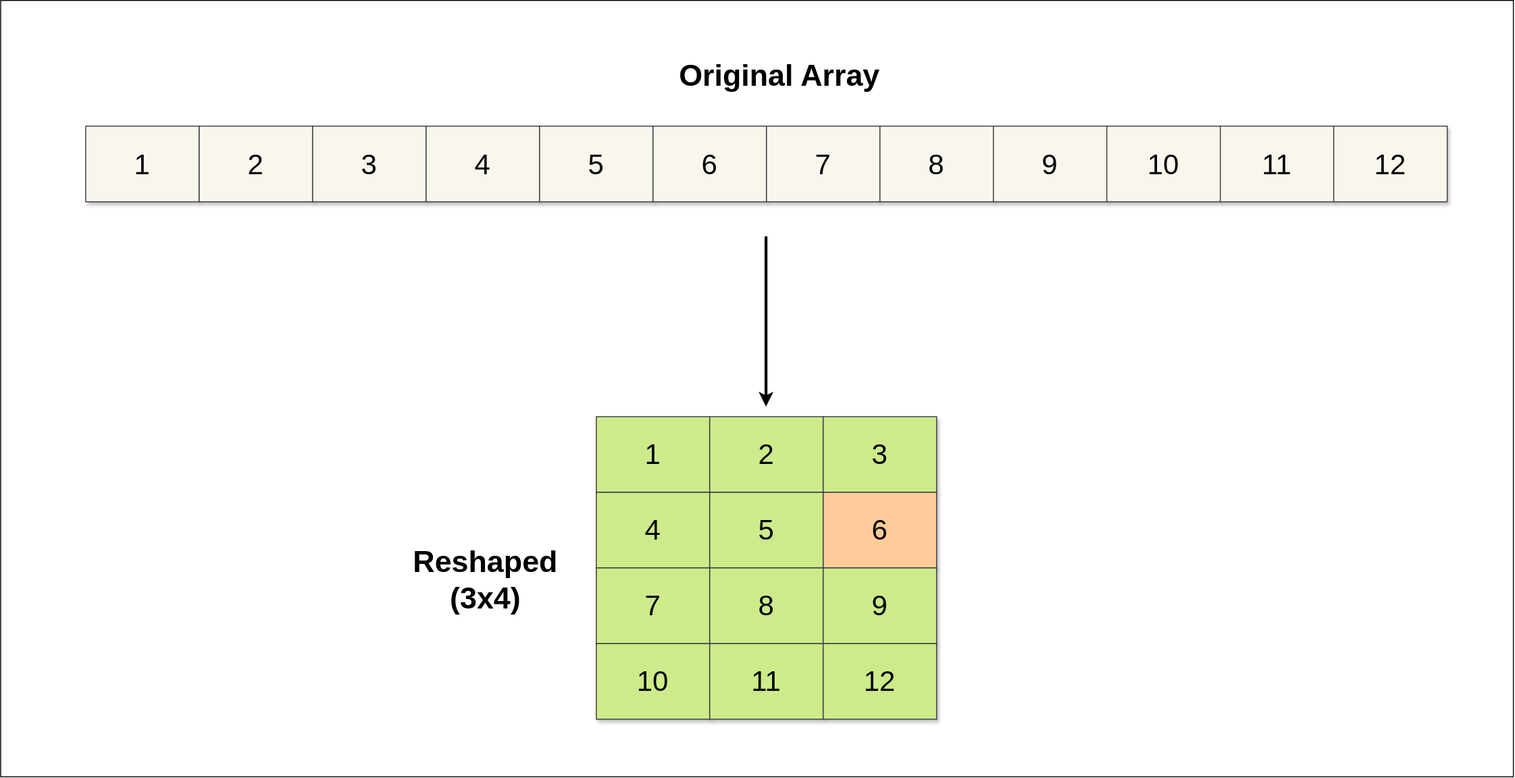
Above: tensorcode/Numpy/Problem_1/images/infra-1.svg in poridhiEng/lab-asset (draw.io), before the change. Source tidied: cells renumbered, new cells last; positions are measured from the earlier drawing's top-left corner, leaving out a move shared by most shapes. Source of this version:
```xml
<mxGraphModel>
  <root>
    <mxCell id="0" />
    <mxCell id="1" parent="0" />
    <mxCell id="2" style="rounded=0;whiteSpace=wrap;html=1;" parent="1" vertex="1">
      <mxGeometry width="1600" height="821.2" as="geometry" />
    </mxCell>
    <mxCell id="3" value="1" style="rounded=0;whiteSpace=wrap;html=1;shadow=1;fontSize=30;fillColor=#f9f7ed;strokeColor=#36393d;" parent="1" vertex="1">
      <mxGeometry x="90" y="132.9" width="120" height="80" as="geometry" />
    </mxCell>
    <mxCell id="4" value="2" style="rounded=0;whiteSpace=wrap;html=1;shadow=1;fontSize=30;fillColor=#f9f7ed;strokeColor=#36393d;" parent="1" vertex="1">
      <mxGeometry x="210" y="132.9" width="120" height="80" as="geometry" />
    </mxCell>
    <mxCell id="5" value="3" style="rounded=0;whiteSpace=wrap;html=1;shadow=1;fontSize=30;fillColor=#f9f7ed;strokeColor=#36393d;" parent="1" vertex="1">
      <mxGeometry x="330" y="132.9" width="120" height="80" as="geometry" />
    </mxCell>
    <mxCell id="6" value="4" style="rounded=0;whiteSpace=wrap;html=1;shadow=1;fontSize=30;fillColor=#f9f7ed;strokeColor=#36393d;" parent="1" vertex="1">
      <mxGeometry x="450" y="132.9" width="120" height="80" as="geometry" />
    </mxCell>
    <mxCell id="7" value="5" style="rounded=0;whiteSpace=wrap;html=1;shadow=1;fontSize=30;fillColor=#f9f7ed;strokeColor=#36393d;" parent="1" vertex="1">
      <mxGeometry x="570" y="132.9" width="120" height="80" as="geometry" />
    </mxCell>
    <mxCell id="8" value="6" style="rounded=0;whiteSpace=wrap;html=1;shadow=1;fontSize=30;fillColor=#f9f7ed;strokeColor=#36393d;" parent="1" vertex="1">
      <mxGeometry x="690" y="132.9" width="120" height="80" as="geometry" />
    </mxCell>
    <mxCell id="9" value="7" style="rounded=0;whiteSpace=wrap;html=1;shadow=1;fontSize=30;fillColor=#f9f7ed;strokeColor=#36393d;" parent="1" vertex="1">
      <mxGeometry x="810" y="132.9" width="120" height="80" as="geometry" />
    </mxCell>
    <mxCell id="10" value="8" style="rounded=0;whiteSpace=wrap;html=1;shadow=1;fontSize=30;fillColor=#f9f7ed;strokeColor=#36393d;" parent="1" vertex="1">
      <mxGeometry x="930" y="132.9" width="120" height="80" as="geometry" />
    </mxCell>
    <mxCell id="11" value="9" style="rounded=0;whiteSpace=wrap;html=1;shadow=1;fontSize=30;fillColor=#f9f7ed;strokeColor=#36393d;" parent="1" vertex="1">
      <mxGeometry x="1050" y="132.9" width="120" height="80" as="geometry" />
    </mxCell>
    <mxCell id="12" value="10" style="rounded=0;whiteSpace=wrap;html=1;shadow=1;fontSize=30;fillColor=#f9f7ed;strokeColor=#36393d;" parent="1" vertex="1">
      <mxGeometry x="1170" y="132.9" width="120" height="80" as="geometry" />
    </mxCell>
    <mxCell id="13" value="11" style="rounded=0;whiteSpace=wrap;html=1;shadow=1;fontSize=30;fillColor=#f9f7ed;strokeColor=#36393d;" parent="1" vertex="1">
      <mxGeometry x="1290" y="132.9" width="120" height="80" as="geometry" />
    </mxCell>
    <mxCell id="14" value="12" style="rounded=0;whiteSpace=wrap;html=1;shadow=1;fontSize=30;fillColor=#f9f7ed;strokeColor=#36393d;" parent="1" vertex="1">
      <mxGeometry x="1410" y="132.9" width="120" height="80" as="geometry" />
    </mxCell>
    <mxCell id="15" value="1" style="rounded=0;whiteSpace=wrap;html=1;shadow=1;fontSize=30;fillColor=#cdeb8b;strokeColor=#36393d;" parent="1" vertex="1">
      <mxGeometry x="630" y="440.3" width="120" height="80" as="geometry" />
    </mxCell>
    <mxCell id="16" value="2" style="rounded=0;whiteSpace=wrap;html=1;shadow=1;fontSize=30;fillColor=#cdeb8b;strokeColor=#36393d;" parent="1" vertex="1">
      <mxGeometry x="750" y="440.3" width="120" height="80" as="geometry" />
    </mxCell>
    <mxCell id="17" value="3" style="rounded=0;whiteSpace=wrap;html=1;shadow=1;fontSize=30;fillColor=#cdeb8b;strokeColor=#36393d;" parent="1" vertex="1">
      <mxGeometry x="870" y="440.3" width="120" height="80" as="geometry" />
    </mxCell>
    <mxCell id="18" value="4" style="rounded=0;whiteSpace=wrap;html=1;shadow=1;fontSize=30;fillColor=#cdeb8b;strokeColor=#36393d;" parent="1" vertex="1">
      <mxGeometry x="630" y="520.3" width="120" height="80" as="geometry" />
    </mxCell>
    <mxCell id="19" value="5" style="rounded=0;whiteSpace=wrap;html=1;shadow=1;fontSize=30;fillColor=#cdeb8b;strokeColor=#36393d;" parent="1" vertex="1">
      <mxGeometry x="750" y="520.3" width="120" height="80" as="geometry" />
    </mxCell>
    <mxCell id="20" value="6" style="rounded=0;whiteSpace=wrap;html=1;shadow=1;fontSize=30;fillColor=#ffcc99;strokeColor=#36393d;" parent="1" vertex="1">
      <mxGeometry x="870" y="520.3" width="120" height="80" as="geometry" />
    </mxCell>
    <mxCell id="21" value="7" style="rounded=0;whiteSpace=wrap;html=1;shadow=1;fontSize=30;fillColor=#cdeb8b;strokeColor=#36393d;" parent="1" vertex="1">
      <mxGeometry x="630" y="600.3" width="120" height="80" as="geometry" />
    </mxCell>
    <mxCell id="22" value="8" style="rounded=0;whiteSpace=wrap;html=1;shadow=1;fontSize=30;fillColor=#cdeb8b;strokeColor=#36393d;" parent="1" vertex="1">
      <mxGeometry x="750" y="600.3" width="120" height="80" as="geometry" />
    </mxCell>
    <mxCell id="23" value="9" style="rounded=0;whiteSpace=wrap;html=1;shadow=1;fontSize=30;fillColor=#cdeb8b;strokeColor=#36393d;" parent="1" vertex="1">
      <mxGeometry x="870" y="600.3" width="120" height="80" as="geometry" />
    </mxCell>
    <mxCell id="24" value="10" style="rounded=0;whiteSpace=wrap;html=1;shadow=1;fontSize=30;fillColor=#cdeb8b;strokeColor=#36393d;" parent="1" vertex="1">
      <mxGeometry x="630" y="680.3" width="120" height="80" as="geometry" />
    </mxCell>
    <mxCell id="25" value="11" style="rounded=0;whiteSpace=wrap;html=1;shadow=1;fontSize=30;fillColor=#cdeb8b;strokeColor=#36393d;" parent="1" vertex="1">
      <mxGeometry x="750" y="680.3" width="120" height="80" as="geometry" />
    </mxCell>
    <mxCell id="26" value="12" style="rounded=0;whiteSpace=wrap;html=1;shadow=1;fontSize=30;fillColor=#cdeb8b;strokeColor=#36393d;" parent="1" vertex="1">
      <mxGeometry x="870" y="680.3" width="120" height="80" as="geometry" />
    </mxCell>
    <mxCell id="27" style="endArrow=classic;html=1;rounded=0;strokeWidth=3;" parent="1" edge="1">
      <mxGeometry relative="1" as="geometry">
        <mxPoint x="810" y="250" as="sourcePoint" />
        <mxPoint x="810" y="430" as="targetPoint" />
      </mxGeometry>
    </mxCell>
    <mxCell id="28" value="&lt;font&gt;&lt;b&gt;Reshaped&lt;/b&gt;&lt;/font&gt;&lt;div&gt;&lt;font&gt;&lt;b&gt;(3x4)&lt;/b&gt;&lt;/font&gt;&lt;/div&gt;" style="text;html=1;whiteSpace=wrap;strokeColor=none;fillColor=none;align=center;verticalAlign=middle;rounded=0;fontSize=32;" parent="1" vertex="1">
      <mxGeometry x="422.5" y="574.6" width="180" height="77.8" as="geometry" />
    </mxCell>
    <mxCell id="29" value="&lt;b&gt;Original Array&lt;/b&gt;" style="text;html=1;whiteSpace=wrap;strokeColor=none;fillColor=none;align=center;verticalAlign=middle;rounded=0;fontSize=32;" parent="1" vertex="1">
      <mxGeometry x="680" y="40.9" width="288.2" height="77.8" as="geometry" />
    </mxCell>
  </root>
</mxGraphModel>
```
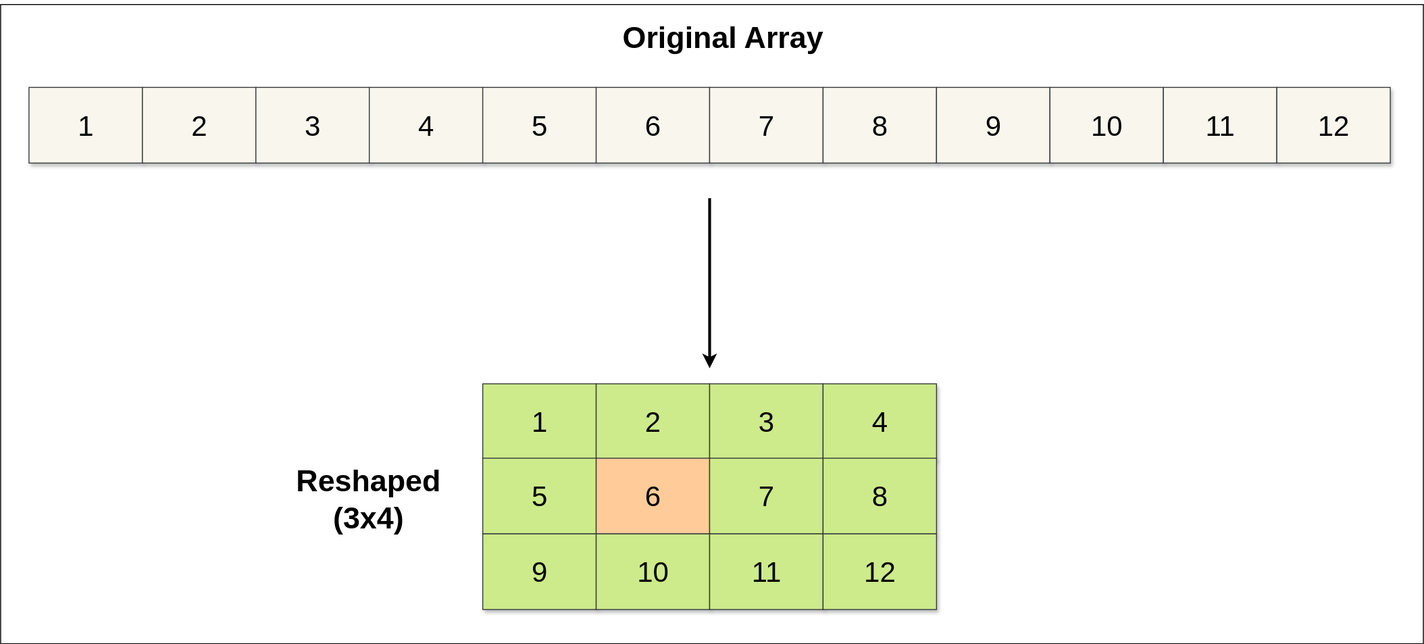
After the commit.

Commit message:
numpy problem1 diagram updated

What changed in the source:
```diff
@@ -3,7 +3,7 @@
     <mxCell id="0" />
     <mxCell id="1" parent="0" />
     <mxCell id="2" style="rounded=0;whiteSpace=wrap;html=1;" parent="1" vertex="1">
-      <mxGeometry width="1600" height="821.2" as="geometry" />
+      <mxGeometry x="60" y="45.3" width="1505" height="676" as="geometry" />
     </mxCell>
     <mxCell id="3" value="1" style="rounded=0;whiteSpace=wrap;html=1;shadow=1;fontSize=30;fillColor=#f9f7ed;strokeColor=#36393d;" parent="1" vertex="1">
       <mxGeometry x="90" y="132.9" width="120" height="80" as="geometry" />
@@ -42,52 +42,52 @@
       <mxGeometry x="1410" y="132.9" width="120" height="80" as="geometry" />
     </mxCell>
     <mxCell id="15" value="1" style="rounded=0;whiteSpace=wrap;html=1;shadow=1;fontSize=30;fillColor=#cdeb8b;strokeColor=#36393d;" parent="1" vertex="1">
-      <mxGeometry x="630" y="440.3" width="120" height="80" as="geometry" />
+      <mxGeometry x="570" y="446.4" width="120" height="80" as="geometry" />
     </mxCell>
     <mxCell id="16" value="2" style="rounded=0;whiteSpace=wrap;html=1;shadow=1;fontSize=30;fillColor=#cdeb8b;strokeColor=#36393d;" parent="1" vertex="1">
-      <mxGeometry x="750" y="440.3" width="120" height="80" as="geometry" />
+      <mxGeometry x="690" y="446.4" width="120" height="80" as="geometry" />
     </mxCell>
     <mxCell id="17" value="3" style="rounded=0;whiteSpace=wrap;html=1;shadow=1;fontSize=30;fillColor=#cdeb8b;strokeColor=#36393d;" parent="1" vertex="1">
-      <mxGeometry x="870" y="440.3" width="120" height="80" as="geometry" />
+      <mxGeometry x="810" y="446.4" width="120" height="80" as="geometry" />
     </mxCell>
     <mxCell id="18" value="4" style="rounded=0;whiteSpace=wrap;html=1;shadow=1;fontSize=30;fillColor=#cdeb8b;strokeColor=#36393d;" parent="1" vertex="1">
-      <mxGeometry x="630" y="520.3" width="120" height="80" as="geometry" />
+      <mxGeometry x="930" y="446.4" width="120" height="80" as="geometry" />
     </mxCell>
-    <mxCell id="19" value="5" style="rounded=0;whiteSpace=wrap;html=1;shadow=1;fontSize=30;fillColor=#cdeb8b;strokeColor=#36393d;" parent="1" vertex="1">
-      <mxGeometry x="750" y="520.3" width="120" height="80" as="geometry" />
+    <mxCell id="19" style="endArrow=classic;html=1;rounded=0;strokeWidth=3;" parent="1" edge="1">
+      <mxGeometry relative="1" as="geometry">
+        <mxPoint x="810" y="250" as="sourcePoint" />
+        <mxPoint x="810" y="430" as="targetPoint" />
+      </mxGeometry>
     </mxCell>
-    <mxCell id="20" value="6" style="rounded=0;whiteSpace=wrap;html=1;shadow=1;fontSize=30;fillColor=#ffcc99;strokeColor=#36393d;" parent="1" vertex="1">
-      <mxGeometry x="870" y="520.3" width="120" height="80" as="geometry" />
+    <mxCell id="20" value="&lt;font&gt;&lt;b&gt;Reshaped&lt;/b&gt;&lt;/font&gt;&lt;div&gt;&lt;font&gt;&lt;b&gt;(3x4)&lt;/b&gt;&lt;/font&gt;&lt;/div&gt;" style="text;html=1;whiteSpace=wrap;strokeColor=none;fillColor=none;align=center;verticalAlign=middle;rounded=0;fontSize=32;" parent="1" vertex="1">
+      <mxGeometry x="359.4" y="529.5" width="180" height="77.8" as="geometry" />
     </mxCell>
-    <mxCell id="21" value="7" style="rounded=0;whiteSpace=wrap;html=1;shadow=1;fontSize=30;fillColor=#cdeb8b;strokeColor=#36393d;" parent="1" vertex="1">
-      <mxGeometry x="630" y="600.3" width="120" height="80" as="geometry" />
+    <mxCell id="21" value="&lt;b&gt;Original Array&lt;/b&gt;" style="text;html=1;whiteSpace=wrap;strokeColor=none;fillColor=none;align=center;verticalAlign=middle;rounded=0;fontSize=32;" parent="1" vertex="1">
+      <mxGeometry x="680" y="40.9" width="288.2" height="77.8" as="geometry" />
     </mxCell>
-    <mxCell id="22" value="8" style="rounded=0;whiteSpace=wrap;html=1;shadow=1;fontSize=30;fillColor=#cdeb8b;strokeColor=#36393d;" parent="1" vertex="1">
-      <mxGeometry x="750" y="600.3" width="120" height="80" as="geometry" />
+    <mxCell id="22" value="5" style="rounded=0;whiteSpace=wrap;html=1;shadow=1;fontSize=30;fillColor=#cdeb8b;strokeColor=#36393d;" parent="1" vertex="1">
+      <mxGeometry x="570" y="525" width="120" height="80" as="geometry" />
     </mxCell>
-    <mxCell id="23" value="9" style="rounded=0;whiteSpace=wrap;html=1;shadow=1;fontSize=30;fillColor=#cdeb8b;strokeColor=#36393d;" parent="1" vertex="1">
-      <mxGeometry x="870" y="600.3" width="120" height="80" as="geometry" />
+    <mxCell id="23" value="6" style="rounded=0;whiteSpace=wrap;html=1;shadow=1;fontSize=30;fillColor=#ffcc99;strokeColor=#36393d;" parent="1" vertex="1">
+      <mxGeometry x="690" y="525" width="120" height="80" as="geometry" />
     </mxCell>
-    <mxCell id="24" value="10" style="rounded=0;whiteSpace=wrap;html=1;shadow=1;fontSize=30;fillColor=#cdeb8b;strokeColor=#36393d;" parent="1" vertex="1">
-      <mxGeometry x="630" y="680.3" width="120" height="80" as="geometry" />
+    <mxCell id="24" value="7" style="rounded=0;whiteSpace=wrap;html=1;shadow=1;fontSize=30;fillColor=#cdeb8b;strokeColor=#36393d;" parent="1" vertex="1">
+      <mxGeometry x="810" y="525" width="120" height="80" as="geometry" />
     </mxCell>
-    <mxCell id="25" value="11" style="rounded=0;whiteSpace=wrap;html=1;shadow=1;fontSize=30;fillColor=#cdeb8b;strokeColor=#36393d;" parent="1" vertex="1">
-      <mxGeometry x="750" y="680.3" width="120" height="80" as="geometry" />
+    <mxCell id="25" value="8" style="rounded=0;whiteSpace=wrap;html=1;shadow=1;fontSize=30;fillColor=#cdeb8b;strokeColor=#36393d;" parent="1" vertex="1">
+      <mxGeometry x="930" y="525" width="120" height="80" as="geometry" />
     </mxCell>
-    <mxCell id="26" value="12" style="rounded=0;whiteSpace=wrap;html=1;shadow=1;fontSize=30;fillColor=#cdeb8b;strokeColor=#36393d;" parent="1" vertex="1">
-      <mxGeometry x="870" y="680.3" width="120" height="80" as="geometry" />
+    <mxCell id="26" value="9" style="rounded=0;whiteSpace=wrap;html=1;shadow=1;fontSize=30;fillColor=#cdeb8b;strokeColor=#36393d;" parent="1" vertex="1">
+      <mxGeometry x="570" y="605" width="120" height="80" as="geometry" />
     </mxCell>
-    <mxCell id="27" style="endArrow=classic;html=1;rounded=0;strokeWidth=3;" parent="1" edge="1">
-      <mxGeometry relative="1" as="geometry">
-        <mxPoint x="810" y="250" as="sourcePoint" />
-        <mxPoint x="810" y="430" as="targetPoint" />
-      </mxGeometry>
+    <mxCell id="27" value="10" style="rounded=0;whiteSpace=wrap;html=1;shadow=1;fontSize=30;fillColor=#cdeb8b;strokeColor=#36393d;" parent="1" vertex="1">
+      <mxGeometry x="690" y="605" width="120" height="80" as="geometry" />
     </mxCell>
-    <mxCell id="28" value="&lt;font&gt;&lt;b&gt;Reshaped&lt;/b&gt;&lt;/font&gt;&lt;div&gt;&lt;font&gt;&lt;b&gt;(3x4)&lt;/b&gt;&lt;/font&gt;&lt;/div&gt;" style="text;html=1;whiteSpace=wrap;strokeColor=none;fillColor=none;align=center;verticalAlign=middle;rounded=0;fontSize=32;" parent="1" vertex="1">
-      <mxGeometry x="422.5" y="574.6" width="180" height="77.8" as="geometry" />
+    <mxCell id="28" value="11" style="rounded=0;whiteSpace=wrap;html=1;shadow=1;fontSize=30;fillColor=#cdeb8b;strokeColor=#36393d;" parent="1" vertex="1">
+      <mxGeometry x="810" y="605" width="120" height="80" as="geometry" />
     </mxCell>
-    <mxCell id="29" value="&lt;b&gt;Original Array&lt;/b&gt;" style="text;html=1;whiteSpace=wrap;strokeColor=none;fillColor=none;align=center;verticalAlign=middle;rounded=0;fontSize=32;" parent="1" vertex="1">
-      <mxGeometry x="680" y="40.9" width="288.2" height="77.8" as="geometry" />
+    <mxCell id="29" value="12" style="rounded=0;whiteSpace=wrap;html=1;shadow=1;fontSize=30;fillColor=#cdeb8b;strokeColor=#36393d;" parent="1" vertex="1">
+      <mxGeometry x="930" y="605" width="120" height="80" as="geometry" />
     </mxCell>
   </root>
 </mxGraphModel>
```
